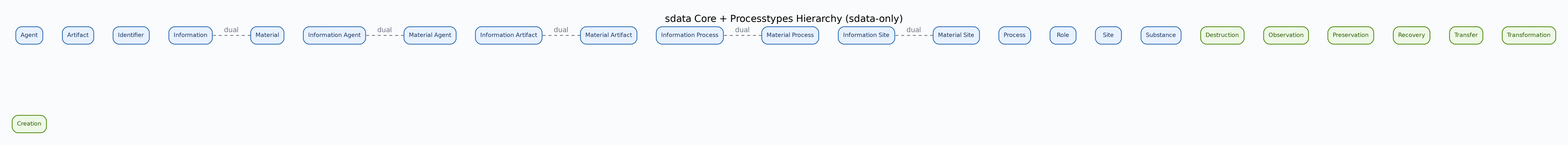
lepy/sdata-ontology keeps this Graphviz diagram as docs/diagrams/sdata-core-processtypes-sdata-only.png. Above is the earlier version. Its source is kept beside it as docs/diagrams/sdata-core-processtypes-sdata-only.dot.
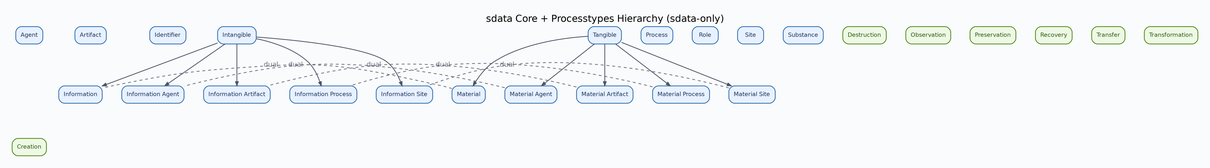
The same diagram one commit later.

Diff of the diagram source:
```diff
@@ -67,6 +67,15 @@
 		fillcolor="#E8F1FF",
 		fontcolor="#1A365D",
 		label="Information Site"];
+	"https://w3id.org/sdata/core/Intangible"	[color="#2B6CB0",
+		fillcolor="#E8F1FF",
+		fontcolor="#1A365D",
+		label=Intangible];
+	"https://w3id.org/sdata/core/Intangible" -> "https://w3id.org/sdata/core/Information";
+	"https://w3id.org/sdata/core/Intangible" -> "https://w3id.org/sdata/core/InformationAgent";
+	"https://w3id.org/sdata/core/Intangible" -> "https://w3id.org/sdata/core/InformationArtifact";
+	"https://w3id.org/sdata/core/Intangible" -> "https://w3id.org/sdata/core/InformationProcess";
+	"https://w3id.org/sdata/core/Intangible" -> "https://w3id.org/sdata/core/InformationSite";
 	"https://w3id.org/sdata/core/Material"	[color="#2B6CB0",
 		fillcolor="#E8F1FF",
 		fontcolor="#1A365D",
@@ -133,6 +142,15 @@
 		fillcolor="#E8F1FF",
 		fontcolor="#1A365D",
 		label=Substance];
+	"https://w3id.org/sdata/core/Tangible"	[color="#2B6CB0",
+		fillcolor="#E8F1FF",
+		fontcolor="#1A365D",
+		label=Tangible];
+	"https://w3id.org/sdata/core/Tangible" -> "https://w3id.org/sdata/core/Material";
+	"https://w3id.org/sdata/core/Tangible" -> "https://w3id.org/sdata/core/MaterialAgent";
+	"https://w3id.org/sdata/core/Tangible" -> "https://w3id.org/sdata/core/MaterialArtifact";
+	"https://w3id.org/sdata/core/Tangible" -> "https://w3id.org/sdata/core/MaterialProcess";
+	"https://w3id.org/sdata/core/Tangible" -> "https://w3id.org/sdata/core/MaterialSite";
 	"https://w3id.org/sdata/core/Destruction"	[color="#4F8A10",
 		fillcolor="#EEF8E7",
 		fontcolor="#2F5D08",
```
